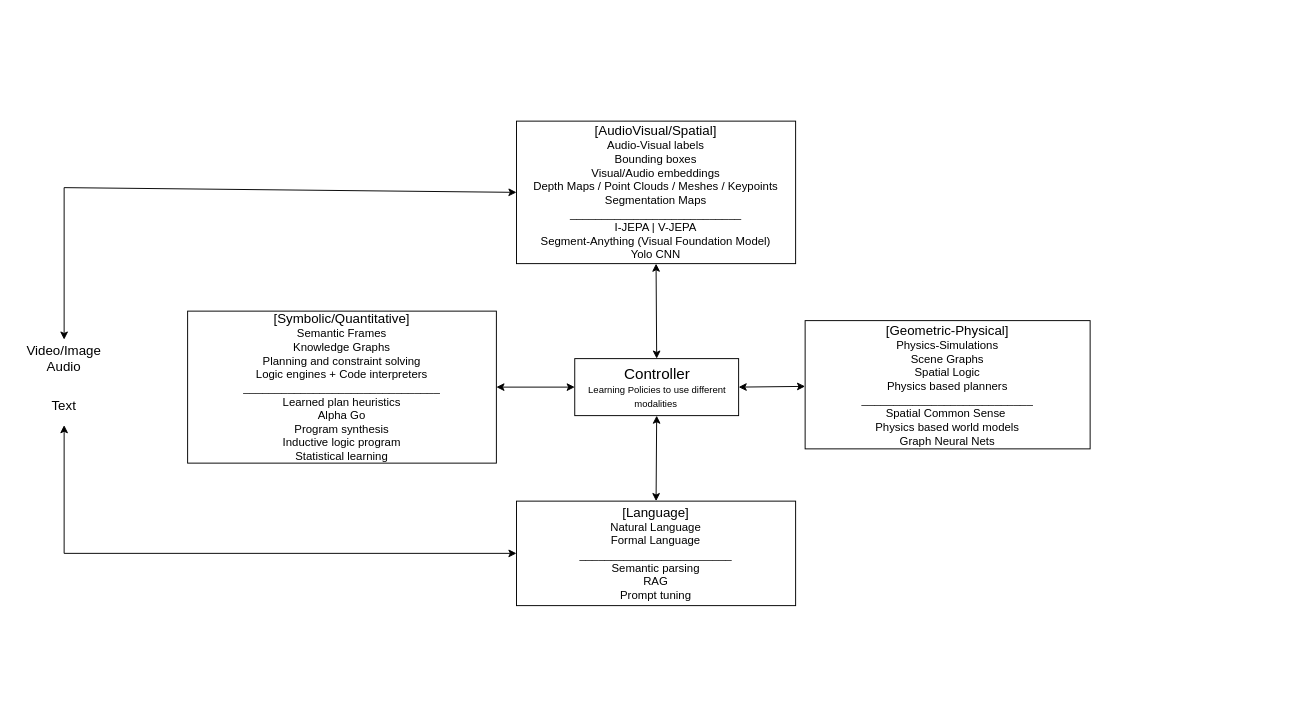
Above: design-docs/4-boxes.drawio in yashrahmed/VordMekh_project (draw.io), before the change. Source tidied: cells renumbered, new cells numbered last; positions are measured from the earlier drawing's top-left corner, leaving out a move shared by most shapes. Both pictures are drawn from the tidied source at 95%, with x=0, y=0 at pixel (16, 121).
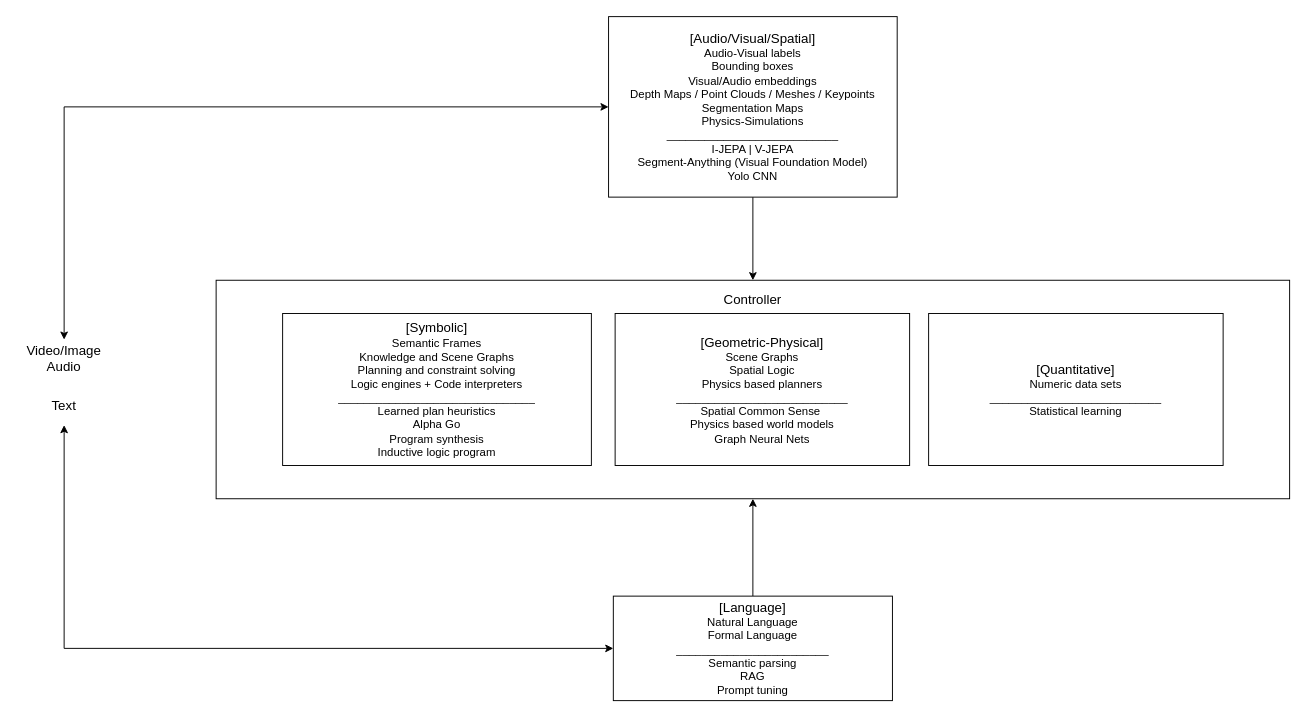
Above is the later version.

Commit message:
Updates to the box diagram putting the symbolic, quantitative and geometric representation front and center.

The edit, as a diff of the source:
```diff
@@
 <mxGraphModel>
   <root>
     <mxCell id="0" />
     <mxCell id="1" parent="0" />
+    <mxCell id="15" style="edgeStyle=orthogonalEdgeStyle;rounded=0;jettySize=auto;html=1;entryX=0.5;entryY=0;entryDx=0;entryDy=0;" parent="1" edge="1" source="2" target="18">
+      <mxGeometry relative="1" as="geometry" />
+    </mxCell>
-    <mxCell id="2" value="&lt;font style=&quot;font-size: 14px;&quot;&gt;[AudioVisual/Spatial]&lt;/font&gt;&lt;div&gt;&lt;span style=&quot;background-color: transparent; color: light-dark(rgb(0, 0, 0), rgb(255, 255, 255));&quot;&gt;Audio-Visual labels&lt;/span&gt;&lt;/div&gt;&lt;div&gt;Bounding boxes&lt;/div&gt;&lt;div&gt;Visual/Audio embeddings&lt;/div&gt;&lt;div&gt;Depth Maps / Point Clouds / Meshes / Keypoints&lt;/div&gt;&lt;div&gt;Segmentation Maps&lt;br&gt;___________________________&lt;/div&gt;&lt;div&gt;I-JEPA | V-JEPA&lt;br&gt;&lt;/div&gt;&lt;div&gt;Segment-Anything (Visual Foundation Model)&lt;br&gt;Yolo CNN&lt;/div&gt;" style="rounded=0;whiteSpace=wrap;html=1;" parent="1" vertex="1">
-      <mxGeometry x="526.2" width="293.8" height="150" as="geometry" />
+    <mxCell id="2" value="&lt;font style=&quot;font-size: 14px;&quot;&gt;[Audio/Visual/Spatial]&lt;/font&gt;&lt;div&gt;&lt;span style=&quot;background-color: transparent; color: light-dark(rgb(0, 0, 0), rgb(255, 255, 255));&quot;&gt;Audio-Visual labels&lt;/span&gt;&lt;/div&gt;&lt;div&gt;Bounding boxes&lt;/div&gt;&lt;div&gt;Visual/Audio embeddings&lt;/div&gt;&lt;div&gt;Depth Maps / Point Clouds / Meshes / Keypoints&lt;/div&gt;&lt;div&gt;Segmentation Maps&lt;/div&gt;&lt;div&gt;&lt;div&gt;&lt;span style=&quot;background-color: transparent; color: light-dark(rgb(0, 0, 0), rgb(255, 255, 255));&quot;&gt;Physics-Simulations&lt;/span&gt;&lt;/div&gt;___________________________&lt;/div&gt;&lt;div&gt;I-JEPA | V-JEPA&lt;br&gt;&lt;/div&gt;&lt;div&gt;Segment-Anything (Visual Foundation Model)&lt;br&gt;Yolo CNN&lt;/div&gt;" style="rounded=0;whiteSpace=wrap;html=1;" parent="1" vertex="1">
+      <mxGeometry x="623.1" y="-110" width="303.8" height="190" as="geometry" />
     </mxCell>
-    <mxCell id="3" value="&lt;font style=&quot;font-size: 14px;&quot;&gt;[Geometric-Physical]&lt;/font&gt;&lt;div&gt;&lt;span style=&quot;background-color: transparent; color: light-dark(rgb(0, 0, 0), rgb(255, 255, 255));&quot;&gt;Physics-Simulations&lt;/span&gt;&lt;/div&gt;&lt;div&gt;&lt;span style=&quot;background-color: transparent; color: light-dark(rgb(0, 0, 0), rgb(255, 255, 255));&quot;&gt;Scene Graphs&lt;/span&gt;&lt;/div&gt;&lt;div&gt;&lt;span style=&quot;background-color: transparent; color: light-dark(rgb(0, 0, 0), rgb(255, 255, 255));&quot;&gt;Spatial Logic&lt;/span&gt;&lt;/div&gt;&lt;div&gt;&lt;span style=&quot;background-color: transparent; color: light-dark(rgb(0, 0, 0), rgb(255, 255, 255));&quot;&gt;Physics based planners&lt;/span&gt;&lt;/div&gt;&lt;div&gt;___________________________&lt;/div&gt;&lt;div&gt;&lt;div&gt;Spatial Common Sense&amp;nbsp;&lt;/div&gt;&lt;/div&gt;&lt;div&gt;Physics based world models&lt;/div&gt;&lt;div&gt;Graph Neural Nets&lt;/div&gt;" style="rounded=0;whiteSpace=wrap;html=1;" parent="1" vertex="1">
-      <mxGeometry x="830" y="210" width="300" height="135" as="geometry" />
-    </mxCell>
-    <mxCell id="4" value="&lt;font style=&quot;font-size: 14px;&quot;&gt;[Symbolic/Quantitative]&lt;/font&gt;&lt;div&gt;Semantic Frames&lt;/div&gt;&lt;div&gt;&lt;span style=&quot;background-color: transparent; color: light-dark(rgb(0, 0, 0), rgb(255, 255, 255));&quot;&gt;Knowledge Graphs&lt;/span&gt;&lt;/div&gt;&lt;div&gt;&lt;span style=&quot;background-color: transparent; color: light-dark(rgb(0, 0, 0), rgb(255, 255, 255));&quot;&gt;Planning and constraint solving&lt;/span&gt;&lt;/div&gt;&lt;div&gt;Logic engines + Code interpreters&lt;br&gt;_______________________________&lt;/div&gt;&lt;div&gt;Learned plan heuristics&lt;/div&gt;&lt;div&gt;Alpha Go&lt;/div&gt;&lt;div&gt;Program synthesis&lt;/div&gt;&lt;div&gt;Inductive logic program&lt;/div&gt;&lt;div&gt;Statistical learning&lt;/div&gt;" style="rounded=0;whiteSpace=wrap;html=1;" parent="1" vertex="1">
-      <mxGeometry x="180" y="200" width="325" height="160" as="geometry" />
-    </mxCell>
+    <mxCell id="16" style="edgeStyle=orthogonalEdgeStyle;rounded=0;jettySize=auto;html=1;entryX=0.5;entryY=1;entryDx=0;entryDy=0;" parent="1" edge="1" source="5" target="18">
+      <mxGeometry relative="1" as="geometry" />
+    </mxCell>
     <mxCell id="5" value="&lt;font style=&quot;font-size: 14px;&quot;&gt;[Language]&lt;/font&gt;&lt;div&gt;Natural Language&lt;/div&gt;&lt;div&gt;Formal Language&lt;br&gt;________________________&lt;/div&gt;&lt;div&gt;Semantic parsing&lt;/div&gt;&lt;div&gt;RAG&lt;/div&gt;&lt;div&gt;Prompt tuning&lt;/div&gt;" style="rounded=0;whiteSpace=wrap;html=1;" parent="1" vertex="1">
-      <mxGeometry x="526.2" y="400" width="293.8" height="110" as="geometry" />
+      <mxGeometry x="628.1" y="500" width="293.8" height="110" as="geometry" />
     </mxCell>
-    <mxCell id="6" value="&lt;font style=&quot;font-size: 16px;&quot;&gt;Controller&lt;/font&gt;&lt;div&gt;&lt;font size=&quot;1&quot;&gt;Learning Policies to use different modalities&amp;nbsp;&lt;/font&gt;&lt;/div&gt;" style="rounded=0;whiteSpace=wrap;html=1;" parent="1" vertex="1">
-      <mxGeometry x="587.5" y="250" width="172.5" height="60" as="geometry" />
-    </mxCell>
-    <mxCell id="7" style="endArrow=classic;startArrow=classic;html=1;rounded=0;entryX=0.5;entryY=1;entryDx=0;entryDy=0;exitX=0.5;exitY=0;exitDx=0;exitDy=0;" parent="1" edge="1" source="6" target="2">
-      <mxGeometry relative="1" as="geometry" />
-    </mxCell>
-    <mxCell id="8" style="endArrow=classic;startArrow=classic;html=1;rounded=0;exitX=0.5;exitY=0;exitDx=0;exitDy=0;entryX=0.5;entryY=1;entryDx=0;entryDy=0;" parent="1" edge="1" source="5" target="6">
-      <mxGeometry relative="1" as="geometry" />
-    </mxCell>
-    <mxCell id="9" style="endArrow=classic;startArrow=classic;html=1;rounded=0;exitX=1;exitY=0.5;exitDx=0;exitDy=0;entryX=0;entryY=0.5;entryDx=0;entryDy=0;" parent="1" edge="1" source="4" target="6">
-      <mxGeometry relative="1" as="geometry" />
-    </mxCell>
-    <mxCell id="10" style="endArrow=classic;startArrow=classic;html=1;rounded=0;exitX=1;exitY=0.5;exitDx=0;exitDy=0;" parent="1" edge="1" source="6" target="3">
-      <mxGeometry relative="1" as="geometry" />
-    </mxCell>
     <mxCell id="11" value="&lt;font style=&quot;font-size: 14px;&quot;&gt;Video/Image&lt;br&gt;&lt;/font&gt;&lt;div&gt;&lt;font style=&quot;font-size: 14px;&quot;&gt;Audio&lt;/font&gt;&lt;/div&gt;" style="text;html=1;align=center;verticalAlign=middle;whiteSpace=wrap;rounded=0;" parent="1" vertex="1">
       <mxGeometry y="230" width="100" height="40" as="geometry" />
     </mxCell>
     <mxCell id="12" value="&lt;span style=&quot;font-size: 14px;&quot;&gt;Text&lt;/span&gt;" style="text;html=1;align=center;verticalAlign=middle;whiteSpace=wrap;rounded=0;" parent="1" vertex="1">
       <mxGeometry y="280" width="100" height="40" as="geometry" />
     </mxCell>
     <mxCell id="13" style="endArrow=classic;startArrow=classic;html=1;rounded=0;entryX=0;entryY=0.5;entryDx=0;entryDy=0;exitX=0.5;exitY=0;exitDx=0;exitDy=0;" parent="1" edge="1" source="11" target="2">
       <mxGeometry relative="1" as="geometry">
         <Array as="points">
-          <mxPoint x="50" y="70" />
+          <mxPoint x="50" y="-15" />
         </Array>
       </mxGeometry>
     </mxCell>
     <mxCell id="14" style="endArrow=classic;startArrow=classic;html=1;rounded=0;entryX=0;entryY=0.5;entryDx=0;entryDy=0;exitX=0.5;exitY=1;exitDx=0;exitDy=0;" parent="1" edge="1" source="12" target="5">
       <mxGeometry relative="1" as="geometry">
         <Array as="points">
-          <mxPoint x="50" y="455" />
+          <mxPoint x="50" y="555" />
         </Array>
       </mxGeometry>
     </mxCell>
+    <mxCell id="17" style="group;" parent="1" vertex="1">
+      <mxGeometry x="280" y="202.5" width="1060" height="195" as="geometry" />
+    </mxCell>
+    <mxCell id="18" style="rounded=0;whiteSpace=wrap;html=1;" parent="17" vertex="1">
+      <mxGeometry x="-70" y="-35" width="1130" height="230" as="geometry" />
+    </mxCell>
+    <mxCell id="3" value="&lt;font style=&quot;font-size: 14px;&quot;&gt;[Geometric-Physical]&lt;/font&gt;&lt;div&gt;&lt;span style=&quot;background-color: transparent; color: light-dark(rgb(0, 0, 0), rgb(255, 255, 255));&quot;&gt;Scene Graphs&lt;/span&gt;&lt;/div&gt;&lt;div&gt;&lt;span style=&quot;background-color: transparent; color: light-dark(rgb(0, 0, 0), rgb(255, 255, 255));&quot;&gt;Spatial Logic&lt;/span&gt;&lt;/div&gt;&lt;div&gt;&lt;span style=&quot;background-color: transparent; color: light-dark(rgb(0, 0, 0), rgb(255, 255, 255));&quot;&gt;Physics based planners&lt;/span&gt;&lt;/div&gt;&lt;div&gt;___________________________&lt;/div&gt;&lt;div&gt;&lt;div&gt;Spatial Common Sense&amp;nbsp;&lt;/div&gt;&lt;/div&gt;&lt;div&gt;Physics based world models&lt;/div&gt;&lt;div&gt;Graph Neural Nets&lt;/div&gt;" style="rounded=0;whiteSpace=wrap;html=1;" parent="17" vertex="1">
+      <mxGeometry x="350" width="310" height="160" as="geometry" />
+    </mxCell>
+    <mxCell id="4" value="&lt;font style=&quot;font-size: 14px;&quot;&gt;[Symbolic]&lt;/font&gt;&lt;div&gt;Semantic Frames&lt;/div&gt;&lt;div&gt;&lt;span style=&quot;background-color: transparent; color: light-dark(rgb(0, 0, 0), rgb(255, 255, 255));&quot;&gt;Knowledge and Scene Graphs&lt;/span&gt;&lt;/div&gt;&lt;div&gt;&lt;span style=&quot;background-color: transparent; color: light-dark(rgb(0, 0, 0), rgb(255, 255, 255));&quot;&gt;Planning and constraint solving&lt;/span&gt;&lt;/div&gt;&lt;div&gt;Logic engines + Code interpreters&lt;br&gt;_______________________________&lt;/div&gt;&lt;div&gt;Learned plan heuristics&lt;/div&gt;&lt;div&gt;Alpha Go&lt;/div&gt;&lt;div&gt;Program synthesis&lt;/div&gt;&lt;div&gt;Inductive logic program&lt;/div&gt;" style="rounded=0;whiteSpace=wrap;html=1;" parent="17" vertex="1">
+      <mxGeometry width="325" height="160" as="geometry" />
+    </mxCell>
+    <mxCell id="19" value="&lt;font style=&quot;font-size: 14px;&quot;&gt;[Quantitative]&lt;/font&gt;&lt;div&gt;Numeric data sets&lt;/div&gt;&lt;div&gt;___________________________&lt;/div&gt;&lt;div&gt;&lt;span style=&quot;background-color: transparent; color: light-dark(rgb(0, 0, 0), rgb(255, 255, 255));&quot;&gt;Statistical learning&lt;/span&gt;&lt;/div&gt;" style="rounded=0;whiteSpace=wrap;html=1;" parent="17" vertex="1">
+      <mxGeometry x="680" width="310" height="160" as="geometry" />
+    </mxCell>
+    <mxCell id="20" value="&lt;font style=&quot;font-size: 14px;&quot;&gt;Controller&lt;/font&gt;" style="text;html=1;align=center;verticalAlign=middle;whiteSpace=wrap;rounded=0;" parent="17" vertex="1">
+      <mxGeometry x="465" y="-30" width="60" height="30" as="geometry" />
+    </mxCell>
   </root>
 </mxGraphModel>
```
